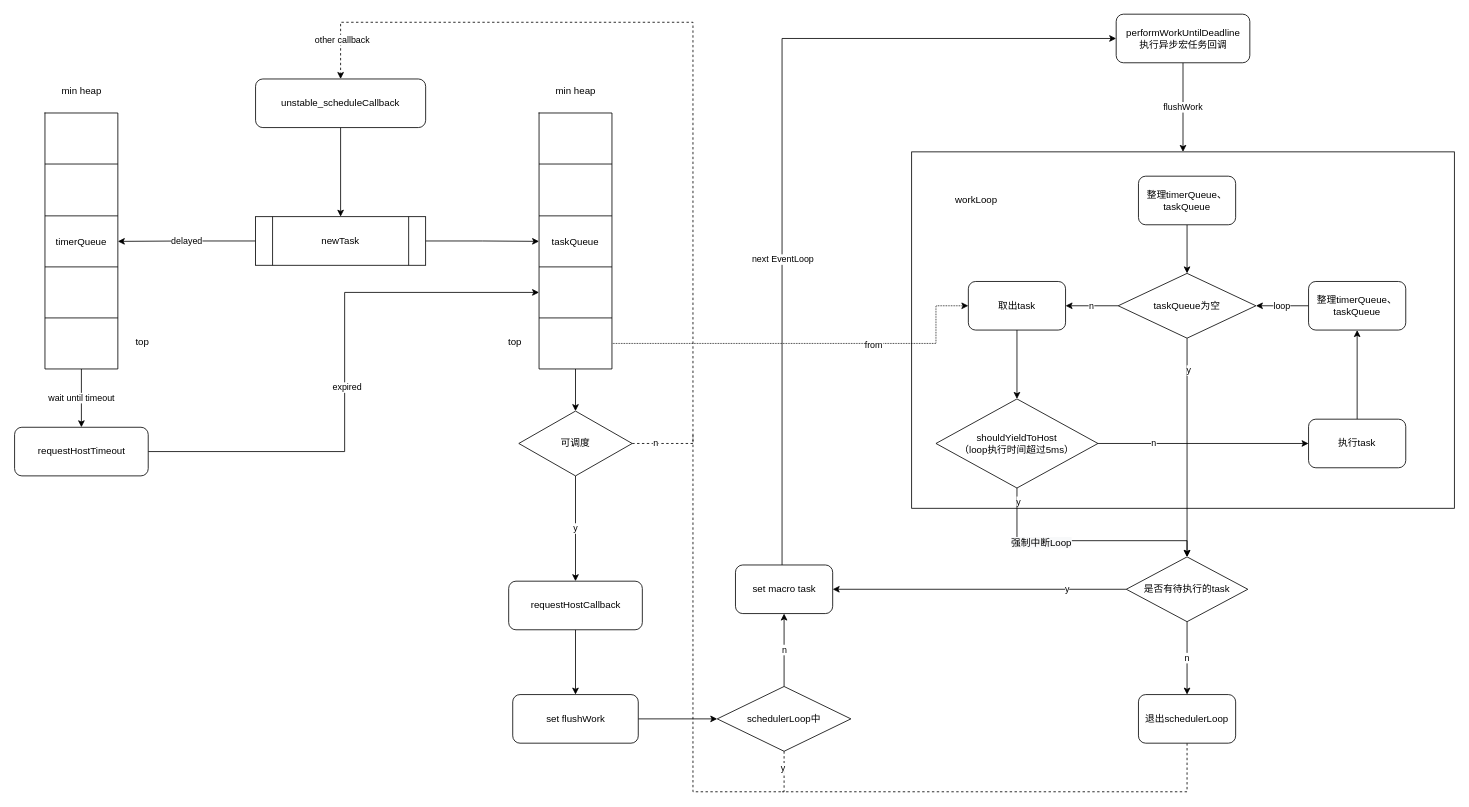
Before: page "第 2 页" (2 of 3) of scheduler.drawio in 5102a/Note, a draw.io diagram. Source tidied: cells renumbered, new cells numbered last; positions are measured from the earlier drawing's top-left corner, leaving out a move shared by most shapes. Both pictures are drawn from the tidied source at 81%, with x=0, y=0 at pixel (14, 14).
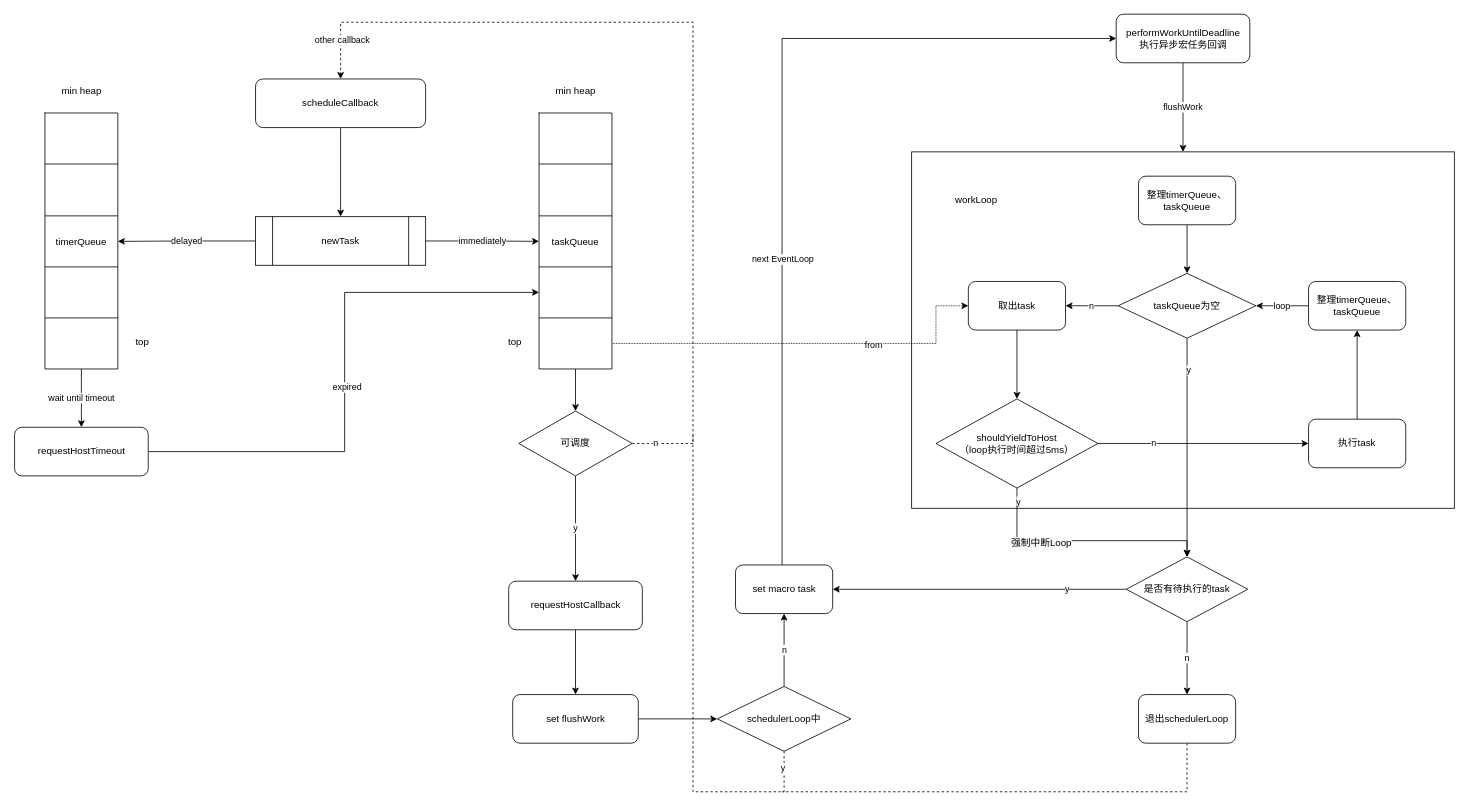
The same diagram, later.

Unchanged cells that the change refers to:
```xml
<mxCell id="7" value="newTask" style="shape=process;whiteSpace=wrap;html=1;backgroundOutline=1;" parent="1" vertex="1">
  <mxGeometry x="298" y="250" width="210" height="60" as="geometry" />
</mxCell>
<mxCell id="26" style="shape=tableRow;horizontal=0;startSize=0;swimlaneHead=0;swimlaneBody=0;top=0;left=0;bottom=0;right=0;fillColor=none;points=[[0,0.5],[1,0.5]];portConstraint=eastwest;" parent="21" vertex="1">
  <mxGeometry y="127" width="90" height="63" as="geometry" />
</mxCell>
```

Change to the diagram source:
```diff
@@
-    <mxCell id="4" value="unstable_scheduleCallback" style="rounded=1;whiteSpace=wrap;html=1;" parent="1" vertex="1">
+    <mxCell id="4" value="scheduleCallback" style="rounded=1;whiteSpace=wrap;html=1;" parent="1" vertex="1">
       <mxGeometry x="298" y="80" width="210" height="60" as="geometry" />
     </mxCell>
@@
-    <mxCell id="6" style="edgeStyle=orthogonalEdgeStyle;rounded=0;jettySize=auto;html=1;entryX=0;entryY=0.5;entryDx=0;entryDy=0;startArrow=none;startFill=0;" parent="1" edge="1" source="7" target="26">
+    <mxCell id="6" value="immediately" style="edgeStyle=orthogonalEdgeStyle;rounded=0;jettySize=auto;html=1;entryX=0;entryY=0.5;entryDx=0;entryDy=0;startArrow=none;startFill=0;" parent="1" edge="1" source="7" target="26">
       <mxGeometry relative="1" as="geometry" />
     </mxCell>
```
